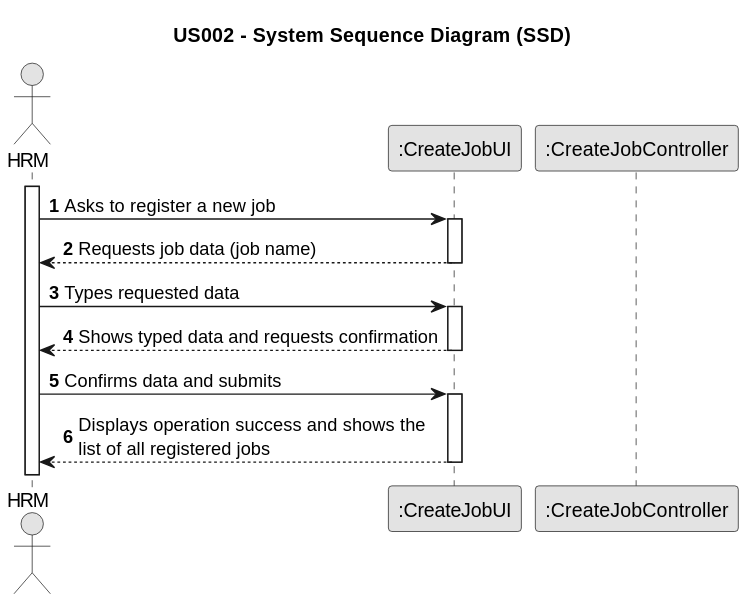
Rui-San/LAPR2_2023_2024 keeps this PlantUML diagram as docs/sprintA/us002/01.requirements-engineering/svg/us002-system-sequence-diagram.svg. Above is the earlier version.
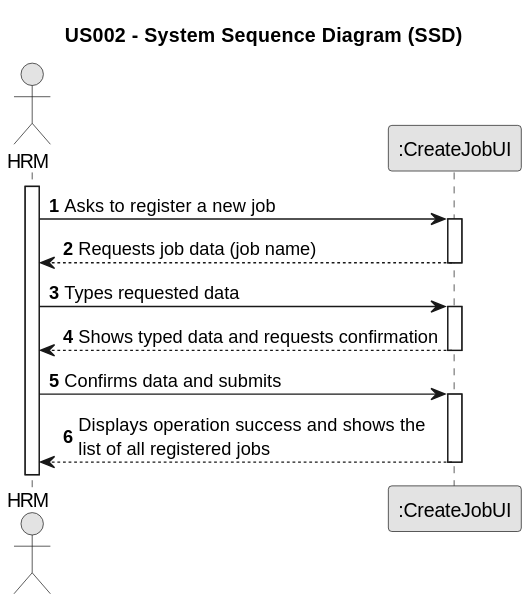
Later version of the same file.

Commit message:
User Manual

What changed in the source:
```diff
@@ -9,7 +9,6 @@
 
 actor "HRM" as Employee
 participant ":CreateJobUI" as System
-participant ":CreateJobController" as Controller
 
 activate Employee
 
```
